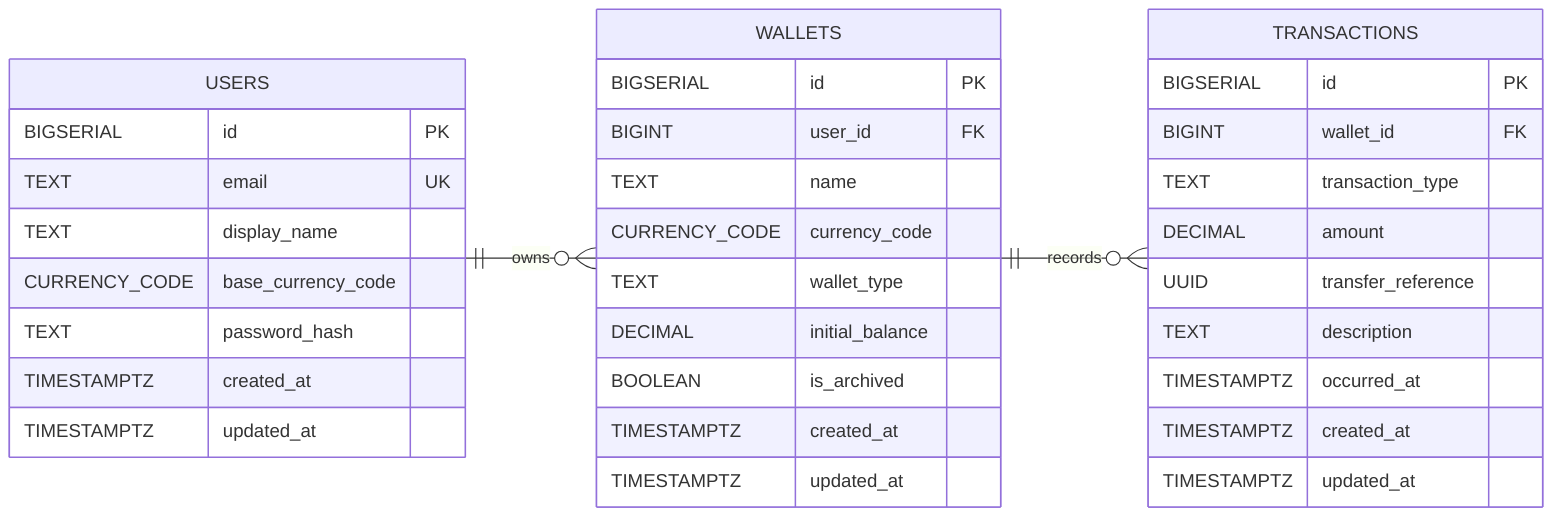
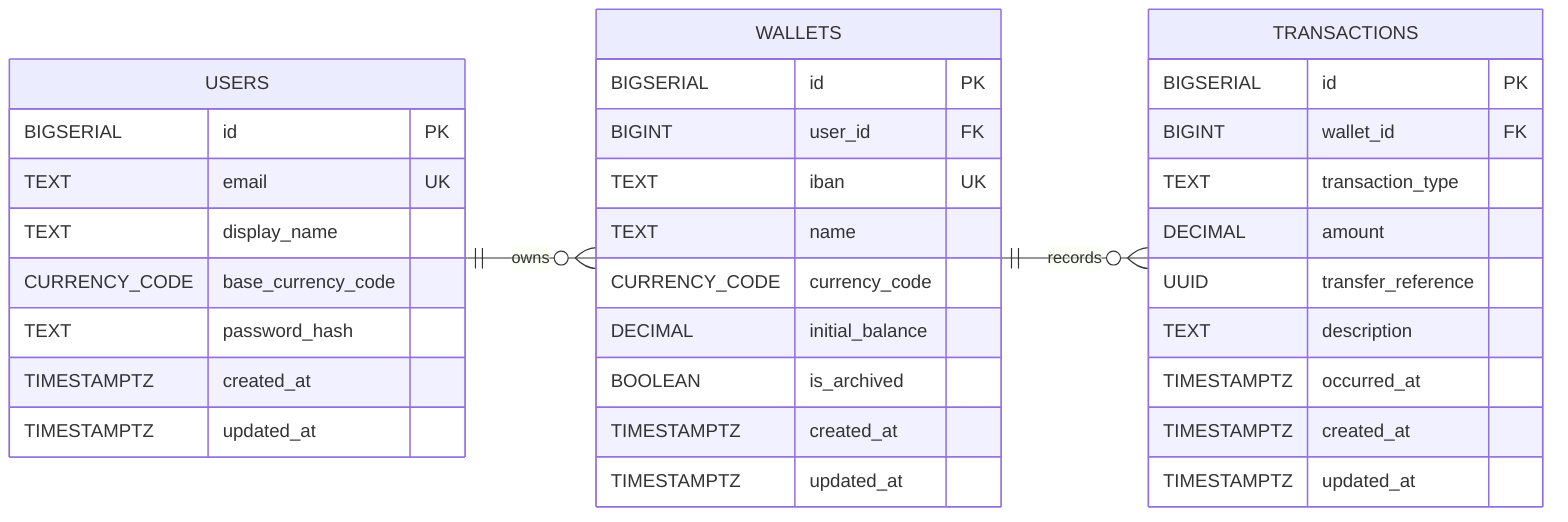
erDiagram
    direction LR
    USERS ||--o{ WALLETS : owns
    WALLETS ||--o{ TRANSACTIONS : records

    USERS {
        BIGSERIAL id PK
        TEXT email UK
        TEXT display_name
        CURRENCY_CODE base_currency_code
        TEXT password_hash
        TIMESTAMPTZ created_at
        TIMESTAMPTZ updated_at
    }

    WALLETS {
        BIGSERIAL id PK
        BIGINT user_id FK
+         TEXT iban UK
        TEXT name
        CURRENCY_CODE currency_code
-         TEXT wallet_type
        DECIMAL initial_balance
        BOOLEAN is_archived
        TIMESTAMPTZ created_at
        TIMESTAMPTZ updated_at
    }

    TRANSACTIONS {
        BIGSERIAL id PK
        BIGINT wallet_id FK
        TEXT transaction_type
        DECIMAL amount
        UUID transfer_reference
        TEXT description
        TIMESTAMPTZ occurred_at
        TIMESTAMPTZ created_at
        TIMESTAMPTZ updated_at
    }
